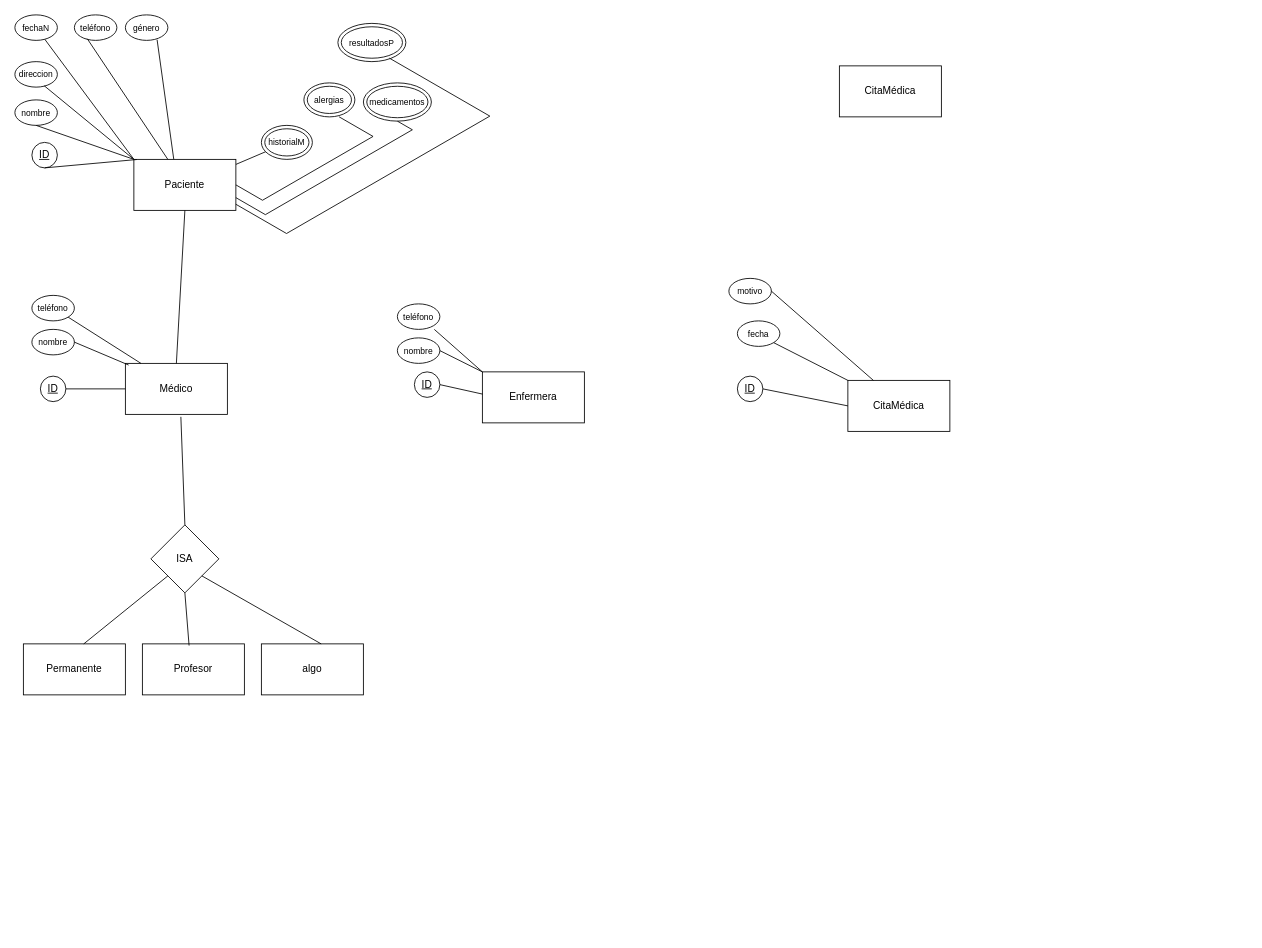
Earlier version of the draw.io diagram Untitled Diagram.drawio (eismerelnps/ERD_SBD_Final_Project). Source tidied: cells renumbered, new cells numbered last; positions are measured from the earlier drawing's top-left corner, leaving out a move shared by most shapes. Both pictures are drawn from the tidied source at 85%, with x=0, y=0 at pixel (14, 14).
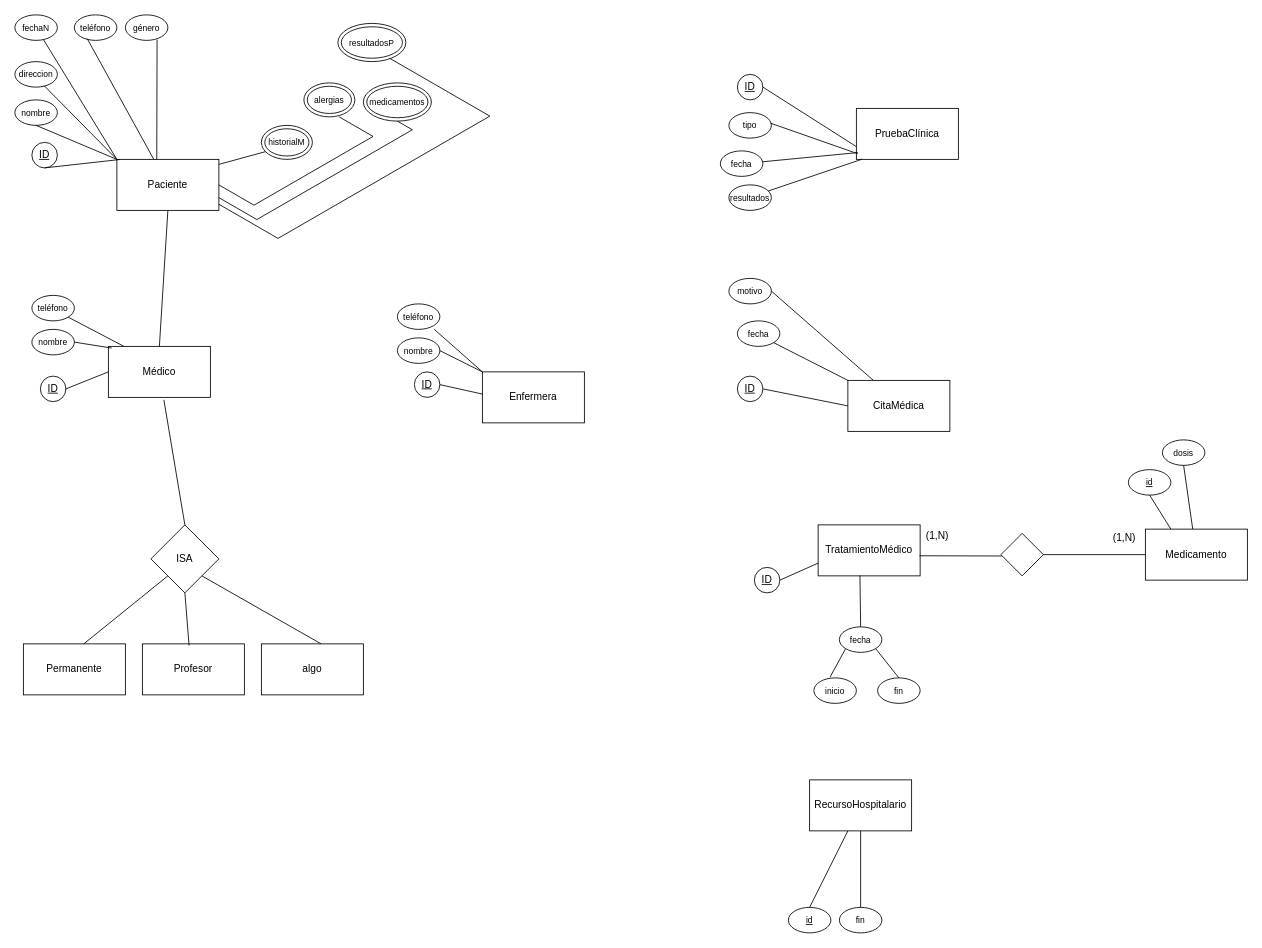
Above is the later version.

Diff of the diagram source:
```diff
@@
     <mxCell id="2" value="Paciente" style="rounded=0;whiteSpace=wrap;html=1;" parent="1" vertex="1">
-      <mxGeometry x="140" y="170" width="120" height="60" as="geometry" />
+      <mxGeometry x="120" y="170" width="120" height="60" as="geometry" />
     </mxCell>
@@
     <mxCell id="23" value="Médico" style="rounded=0;whiteSpace=wrap;html=1;" parent="1" vertex="1">
-      <mxGeometry x="130" y="410" width="120" height="60" as="geometry" />
+      <mxGeometry x="110" y="390" width="120" height="60" as="geometry" />
     </mxCell>
@@
-    <mxCell id="53" value="CitaMédica" style="rounded=0;whiteSpace=wrap;html=1;" parent="1" vertex="1">
-      <mxGeometry x="970" y="60" width="120" height="60" as="geometry" />
+    <mxCell id="53" value="PruebaClínica" style="rounded=0;whiteSpace=wrap;html=1;" parent="1" vertex="1">
+      <mxGeometry x="990" y="110" width="120" height="60" as="geometry" />
     </mxCell>
+    <mxCell id="54" value="ID" style="ellipse;whiteSpace=wrap;html=1;labelBackgroundColor=none;fontColor=#030303;fontStyle=4;" parent="1" vertex="1">
+      <mxGeometry x="850" y="70" width="30" height="30" as="geometry" />
+    </mxCell>
+    <mxCell id="55" style="endArrow=none;html=1;rounded=0;entryX=0;entryY=0.75;entryDx=0;entryDy=0;exitX=1;exitY=0.5;exitDx=0;exitDy=0;" parent="1" edge="1" source="54" target="53">
+      <mxGeometry relative="1" as="geometry" />
+    </mxCell>
+    <mxCell id="56" value="tipo " style="ellipse;whiteSpace=wrap;html=1;fontSize=10;" parent="1" vertex="1">
+      <mxGeometry x="840" y="115" width="50" height="30" as="geometry" />
+    </mxCell>
+    <mxCell id="57" style="endArrow=none;html=1;rounded=0;exitX=0.979;exitY=0.413;exitDx=0;exitDy=0;exitPerimeter=0;entryX=0.013;entryY=0.889;entryDx=0;entryDy=0;entryPerimeter=0;" parent="1" edge="1" source="56" target="53">
+      <mxGeometry relative="1" as="geometry" />
+    </mxCell>
+    <mxCell id="58" value="fecha" style="ellipse;whiteSpace=wrap;html=1;fontSize=10;" parent="1" vertex="1">
+      <mxGeometry x="830" y="160" width="50" height="30" as="geometry" />
+    </mxCell>
+    <mxCell id="59" style="endArrow=none;html=1;rounded=0;entryX=0.014;entryY=0.867;entryDx=0;entryDy=0;entryPerimeter=0;" parent="1" edge="1" source="58" target="53">
+      <mxGeometry relative="1" as="geometry" />
+    </mxCell>
+    <mxCell id="60" value="resultados" style="ellipse;whiteSpace=wrap;html=1;fontSize=10;" parent="1" vertex="1">
+      <mxGeometry x="840" y="200" width="50" height="30" as="geometry" />
+    </mxCell>
+    <mxCell id="61" style="endArrow=none;html=1;rounded=0;entryX=0.057;entryY=0.996;entryDx=0;entryDy=0;entryPerimeter=0;exitX=0.925;exitY=0.242;exitDx=0;exitDy=0;exitPerimeter=0;" parent="1" edge="1" source="60" target="53">
+      <mxGeometry relative="1" as="geometry" />
+    </mxCell>
+    <mxCell id="62" value="TratamientoMédico" style="rounded=0;whiteSpace=wrap;html=1;" parent="1" vertex="1">
+      <mxGeometry x="945" y="600" width="120" height="60" as="geometry" />
+    </mxCell>
+    <mxCell id="63" value="ID" style="ellipse;whiteSpace=wrap;html=1;labelBackgroundColor=none;fontColor=#030303;fontStyle=4;" parent="1" vertex="1">
+      <mxGeometry x="870" y="650" width="30" height="30" as="geometry" />
+    </mxCell>
+    <mxCell id="64" style="endArrow=none;html=1;rounded=0;entryX=1;entryY=0.5;entryDx=0;entryDy=0;exitX=0;exitY=0.75;exitDx=0;exitDy=0;" parent="1" edge="1" source="62" target="63">
+      <mxGeometry relative="1" as="geometry" />
+    </mxCell>
+    <mxCell id="65" value="fecha " style="ellipse;whiteSpace=wrap;html=1;fontSize=10;" parent="1" vertex="1">
+      <mxGeometry x="970" y="720" width="50" height="30" as="geometry" />
+    </mxCell>
+    <mxCell id="66" style="endArrow=none;html=1;rounded=0;entryX=0.41;entryY=0.991;entryDx=0;entryDy=0;entryPerimeter=0;" parent="1" edge="1" source="65" target="62">
+      <mxGeometry relative="1" as="geometry" />
+    </mxCell>
+    <mxCell id="67" value="inicio" style="ellipse;whiteSpace=wrap;html=1;fontSize=10;" parent="1" vertex="1">
+      <mxGeometry x="940" y="780" width="50" height="30" as="geometry" />
+    </mxCell>
+    <mxCell id="68" value="fin" style="ellipse;whiteSpace=wrap;html=1;fontSize=10;" parent="1" vertex="1">
+      <mxGeometry x="1015" y="780" width="50" height="30" as="geometry" />
+    </mxCell>
+    <mxCell id="69" style="endArrow=none;html=1;rounded=0;entryX=0;entryY=1;entryDx=0;entryDy=0;exitX=0.381;exitY=-0.03;exitDx=0;exitDy=0;exitPerimeter=0;" parent="1" edge="1" source="67" target="65">
+      <mxGeometry relative="1" as="geometry" />
+    </mxCell>
+    <mxCell id="70" style="endArrow=none;html=1;rounded=0;entryX=1;entryY=1;entryDx=0;entryDy=0;exitX=0.5;exitY=0;exitDx=0;exitDy=0;" parent="1" edge="1" source="68" target="65">
+      <mxGeometry relative="1" as="geometry" />
+    </mxCell>
+    <mxCell id="71" style="endArrow=none;html=1;rounded=0;entryX=0.114;entryY=0.532;entryDx=0;entryDy=0;exitX=0.992;exitY=0.606;exitDx=0;exitDy=0;entryPerimeter=0;exitPerimeter=0;" parent="1" edge="1" source="62" target="77">
+      <mxGeometry relative="1" as="geometry" />
+    </mxCell>
+    <mxCell id="72" value="dosis" style="ellipse;whiteSpace=wrap;html=1;fontSize=10;" parent="1" vertex="1">
+      <mxGeometry x="1350" y="500" width="50" height="30" as="geometry" />
+    </mxCell>
+    <mxCell id="73" style="endArrow=none;html=1;rounded=0;exitX=0.5;exitY=1;exitDx=0;exitDy=0;" parent="1" edge="1" source="72" target="74">
+      <mxGeometry relative="1" as="geometry" />
+    </mxCell>
+    <mxCell id="74" value="Medicamento" style="rounded=0;whiteSpace=wrap;html=1;" parent="1" vertex="1">
+      <mxGeometry x="1330" y="605" width="120" height="60" as="geometry" />
+    </mxCell>
+    <mxCell id="75" value="id" style="ellipse;whiteSpace=wrap;html=1;fontSize=10;fontStyle=4;" parent="1" vertex="1">
+      <mxGeometry x="1310" y="535" width="50" height="30" as="geometry" />
+    </mxCell>
+    <mxCell id="76" style="endArrow=none;html=1;rounded=0;entryX=0.5;entryY=1;entryDx=0;entryDy=0;exitX=0.25;exitY=0;exitDx=0;exitDy=0;" parent="1" edge="1" source="74" target="75">
+      <mxGeometry relative="1" as="geometry" />
+    </mxCell>
+    <mxCell id="77" style="rhombus;whiteSpace=wrap;html=1;" parent="1" vertex="1">
+      <mxGeometry x="1160" y="610" width="50" height="50" as="geometry" />
+    </mxCell>
+    <mxCell id="78" style="endArrow=none;html=1;rounded=0;entryX=0;entryY=0.5;entryDx=0;entryDy=0;exitX=1;exitY=0.5;exitDx=0;exitDy=0;" parent="1" edge="1" source="77" target="74">
+      <mxGeometry relative="1" as="geometry" />
+    </mxCell>
+    <mxCell id="79" value="(1,N)" style="text;html=1;align=center;verticalAlign=middle;strokeColor=none;fillColor=none;" parent="1" vertex="1">
+      <mxGeometry x="1060" y="598" width="50" height="30" as="geometry" />
+    </mxCell>
+    <mxCell id="80" value="(1,N)" style="text;html=1;align=center;verticalAlign=middle;strokeColor=none;fillColor=none;" parent="1" vertex="1">
+      <mxGeometry x="1280" y="600" width="50" height="30" as="geometry" />
+    </mxCell>
+    <mxCell id="81" value="RecursoHospitalario" style="rounded=0;whiteSpace=wrap;html=1;" parent="1" vertex="1">
+      <mxGeometry x="935" y="900" width="120" height="60" as="geometry" />
+    </mxCell>
+    <mxCell id="82" value="id" style="ellipse;whiteSpace=wrap;html=1;fontSize=10;fontStyle=4;" parent="1" vertex="1">
+      <mxGeometry x="910" y="1050" width="50" height="30" as="geometry" />
+    </mxCell>
+    <mxCell id="83" style="endArrow=none;html=1;rounded=0;exitX=0.5;exitY=0;exitDx=0;exitDy=0;" parent="1" edge="1" source="82" target="81">
+      <mxGeometry relative="1" as="geometry" />
+    </mxCell>
+    <mxCell id="84" value="fin" style="ellipse;whiteSpace=wrap;html=1;fontSize=10;" parent="1" vertex="1">
+      <mxGeometry x="970" y="1050" width="50" height="30" as="geometry" />
+    </mxCell>
+    <mxCell id="85" style="endArrow=none;html=1;rounded=0;exitX=0.5;exitY=0;exitDx=0;exitDy=0;entryX=0.5;entryY=1;entryDx=0;entryDy=0;" parent="1" edge="1" source="84" target="81">
+      <mxGeometry relative="1" as="geometry" />
+    </mxCell>
```
